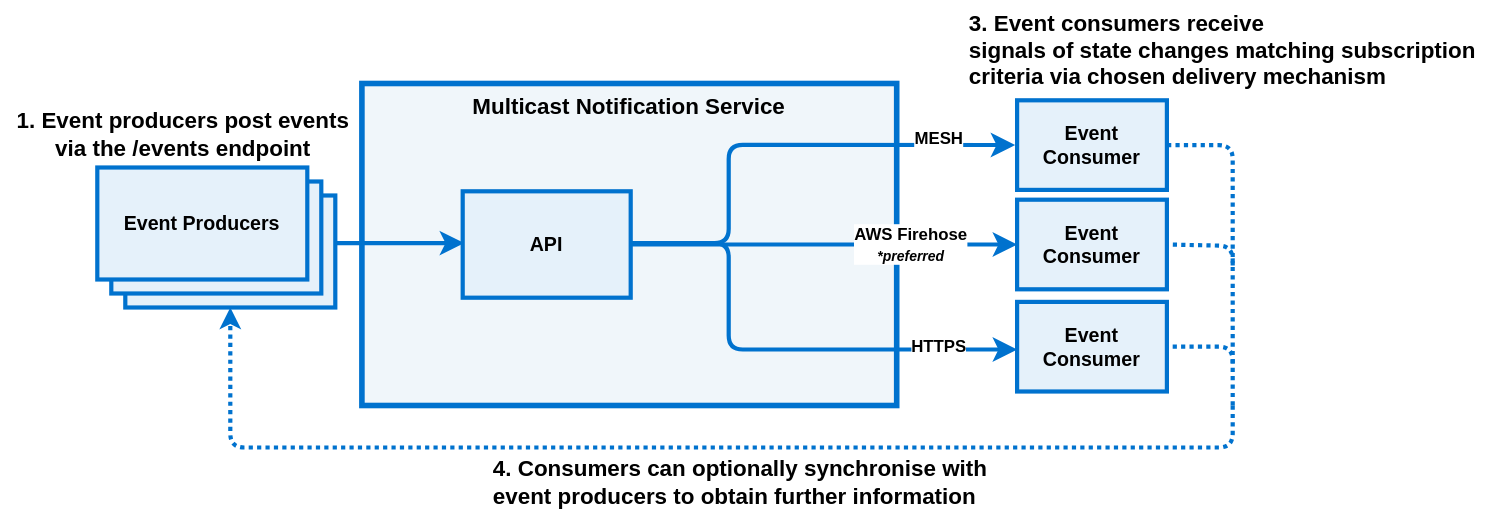
Earlier version of the draw.io export assets/images/mns-high-level-diagram.svg (NHSDigital/multicast-notification-service). Source tidied: cells renumbered, new cells last; positions are measured from the earlier drawing's top-left corner, leaving out a move shared by most shapes.
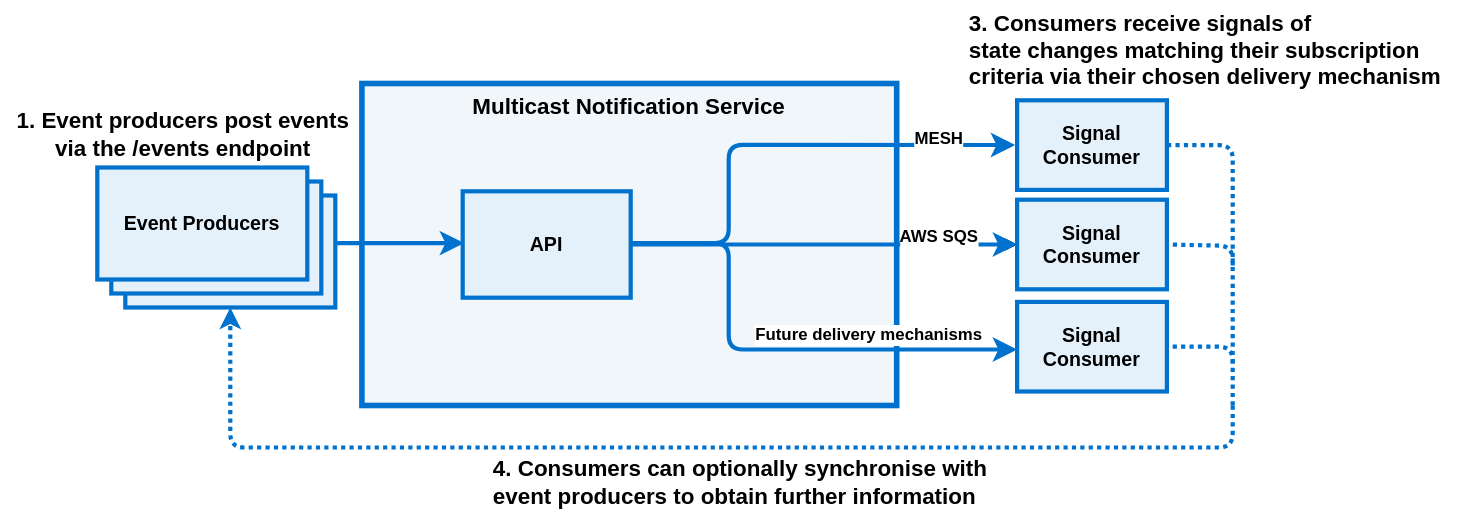
Later version of the same file.

Diff of the diagram source:
```diff
@@ -2,14 +2,17 @@
   <root>
     <mxCell id="0" />
     <mxCell id="1" parent="0" />
+    <mxCell id="22" style="edgeStyle=orthogonalEdgeStyle;rounded=0;jettySize=auto;html=1;" parent="1" edge="1" source="2" target="16">
+      <mxGeometry relative="1" as="geometry" />
+    </mxCell>
     <mxCell id="2" value="&lt;b&gt;Multicast Notification Service&lt;br&gt;&lt;/b&gt;" style="rounded=0;whiteSpace=wrap;html=1;strokeColor=#0072CE;strokeWidth=4;fillColor=#F0F6FA;fontSize=16;verticalAlign=top;" parent="1" vertex="1">
       <mxGeometry x="258" y="59" width="382" height="230" as="geometry" />
     </mxCell>
-    <mxCell id="3" value="&lt;b&gt;AWS Firehose&lt;br&gt;&lt;i&gt;&lt;font style=&quot;font-size: 10px;&quot;&gt;*preferred&lt;/font&gt;&lt;/i&gt;&lt;/b&gt;" style="edgeStyle=orthogonalEdgeStyle;rounded=0;jettySize=auto;html=1;fontSize=12;startSize=8;endSize=8;strokeColor=#0072CE;strokeWidth=3;labelBackgroundColor=default;" parent="1" edge="1" source="14" target="16">
-      <mxGeometry x="0.45" relative="1" as="geometry" />
+    <mxCell id="3" value="&lt;b&gt;AWS SQS&lt;/b&gt;" style="edgeStyle=orthogonalEdgeStyle;rounded=0;jettySize=auto;html=1;fontSize=12;startSize=8;endSize=8;strokeColor=#0072CE;strokeWidth=3;labelBackgroundColor=default;" parent="1" edge="1" source="14" target="16">
+      <mxGeometry x="0.59" y="5" relative="1" as="geometry" />
     </mxCell>
-    <mxCell id="4" value="&lt;b&gt;HTTPS&lt;br&gt;&lt;/b&gt;" style="edgeStyle=orthogonalEdgeStyle;jettySize=auto;html=1;fontSize=12;startSize=8;endSize=8;strokeColor=#0072CE;rounded=1;strokeWidth=3;labelBackgroundColor=default;" parent="1" edge="1" source="14" target="17">
-      <mxGeometry x="0.68" y="2" relative="1" as="geometry">
+    <mxCell id="4" value="&lt;b&gt;Future delivery mechanisms&lt;br&gt;&lt;/b&gt;" style="edgeStyle=orthogonalEdgeStyle;jettySize=auto;html=1;fontSize=12;startSize=8;endSize=8;strokeColor=#0072CE;rounded=1;strokeWidth=3;labelBackgroundColor=default;" parent="1" edge="1" source="14" target="17">
+      <mxGeometry x="0.4" y="10" relative="1" as="geometry">
         <Array as="points">
           <mxPoint x="520" y="173" />
           <mxPoint x="520" y="249" />
@@ -33,8 +36,8 @@
     <mxCell id="7" value="&lt;b&gt;1. Event producers post events&lt;br&gt;via the /events endpoint&lt;br&gt;&lt;/b&gt;" style="text;html=1;align=center;verticalAlign=middle;strokeColor=none;fillColor=none;fontSize=16;" parent="1" vertex="1">
       <mxGeometry y="70" width="260" height="50" as="geometry" />
     </mxCell>
-    <mxCell id="8" value="&lt;b&gt;3. Event consumers receive &lt;br&gt;signals of state changes matching subscription&lt;br&gt;criteria via chosen delivery mechanism&lt;br&gt;&lt;/b&gt;" style="text;html=1;align=left;verticalAlign=middle;fontSize=16;fillColor=default;" parent="1" vertex="1">
-      <mxGeometry x="690" width="390" height="70" as="geometry" />
+    <mxCell id="8" value="&lt;b&gt;3. Consumers receive signals of &lt;br&gt;state changes matching their subscription&lt;br&gt;criteria via their chosen delivery mechanism&lt;br&gt;&lt;/b&gt;" style="text;html=1;align=left;verticalAlign=middle;fontSize=16;fillColor=default;" parent="1" vertex="1">
+      <mxGeometry x="690" width="360" height="70" as="geometry" />
     </mxCell>
     <mxCell id="9" value="&lt;b&gt;4. Consumers can optionally synchronise with &lt;/b&gt;&lt;br&gt;&lt;b&gt;event producers to obtain further information&lt;/b&gt;" style="text;html=1;align=left;verticalAlign=middle;fontSize=16;fillColor=default;" parent="1" vertex="1">
       <mxGeometry x="350" y="319" width="380" height="50" as="geometry" />
@@ -54,13 +57,13 @@
     <mxCell id="14" value="&lt;b&gt;API&lt;/b&gt;" style="rounded=0;whiteSpace=wrap;html=1;strokeColor=#0072CE;strokeWidth=3;fillColor=#E5F1FA;fontSize=14;" parent="1" vertex="1">
       <mxGeometry x="330" y="136" width="120" height="76" as="geometry" />
     </mxCell>
-    <mxCell id="15" value="&lt;div&gt;&lt;b&gt;Event &lt;br&gt;&lt;/b&gt;&lt;/div&gt;&lt;div&gt;&lt;b&gt;Consumer&lt;/b&gt;&lt;/div&gt;" style="rounded=0;whiteSpace=wrap;html=1;strokeColor=#0072CE;strokeWidth=3;fillColor=#E5F1FA;fontSize=14;" parent="1" vertex="1">
+    <mxCell id="15" value="&lt;div&gt;&lt;b&gt;Signal Consumer&lt;/b&gt;&lt;/div&gt;" style="rounded=0;whiteSpace=wrap;html=1;strokeColor=#0072CE;strokeWidth=3;fillColor=#E5F1FA;fontSize=14;" parent="1" vertex="1">
       <mxGeometry x="726" y="71" width="107" height="64" as="geometry" />
     </mxCell>
-    <mxCell id="16" value="&lt;div&gt;&lt;b&gt;Event &lt;br&gt;&lt;/b&gt;&lt;/div&gt;&lt;div&gt;&lt;b&gt;Consumer&lt;/b&gt;&lt;/div&gt;" style="rounded=0;whiteSpace=wrap;html=1;strokeColor=#0072CE;strokeWidth=3;fillColor=#E5F1FA;fontSize=14;" parent="1" vertex="1">
+    <mxCell id="16" value="&lt;b style=&quot;border-color: var(--border-color);&quot;&gt;Signal Consumer&lt;/b&gt;" style="rounded=0;whiteSpace=wrap;html=1;strokeColor=#0072CE;strokeWidth=3;fillColor=#E5F1FA;fontSize=14;" parent="1" vertex="1">
       <mxGeometry x="726" y="142" width="107" height="64" as="geometry" />
     </mxCell>
-    <mxCell id="17" value="&lt;div&gt;&lt;b&gt;Event &lt;br&gt;&lt;/b&gt;&lt;/div&gt;&lt;div&gt;&lt;b&gt;Consumer&lt;/b&gt;&lt;/div&gt;" style="rounded=0;whiteSpace=wrap;html=1;strokeColor=#0072CE;strokeWidth=3;fillColor=#E5F1FA;fontSize=14;" parent="1" vertex="1">
+    <mxCell id="17" value="&lt;b style=&quot;border-color: var(--border-color);&quot;&gt;Signal Consumer&lt;/b&gt;" style="rounded=0;whiteSpace=wrap;html=1;strokeColor=#0072CE;strokeWidth=3;fillColor=#E5F1FA;fontSize=14;" parent="1" vertex="1">
       <mxGeometry x="726" y="215" width="107" height="64" as="geometry" />
     </mxCell>
     <mxCell id="18" style="edgeStyle=orthogonalEdgeStyle;shape=connector;rounded=1;jettySize=auto;html=1;entryX=0.5;entryY=1;entryDx=0;entryDy=0;labelBackgroundColor=default;strokeColor=#0072CE;strokeWidth=3;fontFamily=Helvetica;fontSize=14;fontColor=default;endArrow=classic;dashed=1;dashPattern=1 1;" parent="1" edge="1" target="11">
```
